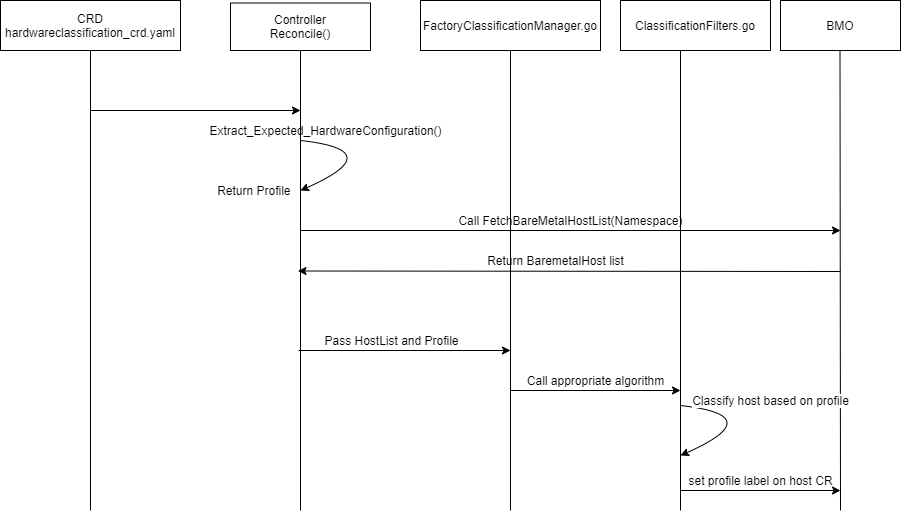
Above: design/hwcc_sequence_diagram.png in metal3-io/metal3-docs (draw.io), before the change. Source tidied: cells renumbered, new cells last; positions are measured from the earlier drawing's top-left corner, leaving out a move shared by most shapes.
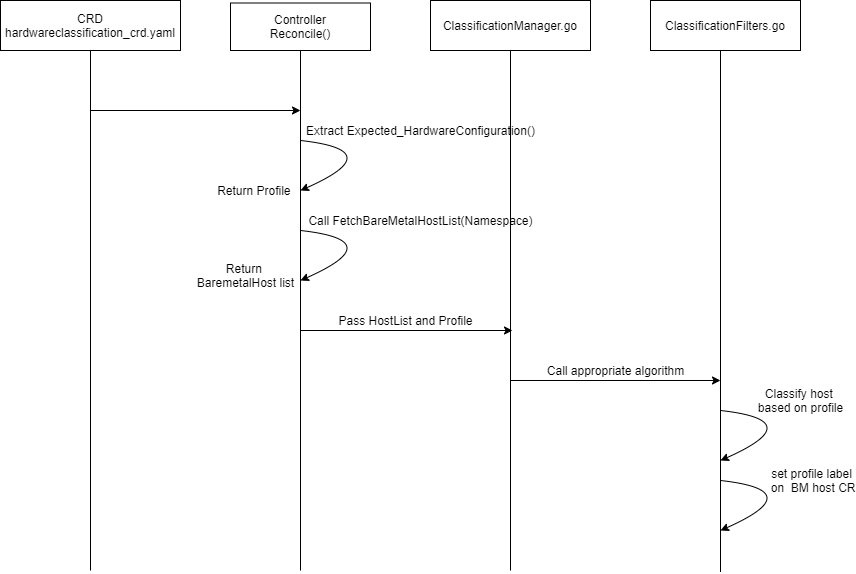
The same diagram one commit later.

The edit, as a diff of the source:
```diff
@@ -7,18 +7,18 @@
     </mxCell>
     <mxCell id="3" style="endArrow=none;html=1;entryX=0.5;entryY=1;entryDx=0;entryDy=0;" parent="1" edge="1" target="2">
       <mxGeometry relative="1" as="geometry">
-        <mxPoint x="90" y="510" as="sourcePoint" />
+        <mxPoint x="90" y="570" as="sourcePoint" />
       </mxGeometry>
     </mxCell>
     <mxCell id="4" style="endArrow=none;html=1;entryX=0.5;entryY=1;entryDx=0;entryDy=0;" parent="1" edge="1" target="11">
       <mxGeometry relative="1" as="geometry">
-        <mxPoint x="300" y="510" as="sourcePoint" />
+        <mxPoint x="300" y="570" as="sourcePoint" />
       </mxGeometry>
     </mxCell>
     <mxCell id="5" style="endArrow=none;html=1;" parent="1" edge="1">
       <mxGeometry relative="1" as="geometry">
-        <mxPoint x="680" y="510" as="sourcePoint" />
-        <mxPoint x="680" y="50" as="targetPoint" />
+        <mxPoint x="720" y="571.5" as="sourcePoint" />
+        <mxPoint x="720" y="30" as="targetPoint" />
       </mxGeometry>
     </mxCell>
     <mxCell id="6" style="endArrow=classic;html=1;" parent="1" edge="1">
@@ -27,9 +27,6 @@
         <mxPoint x="300" y="110" as="targetPoint" />
       </mxGeometry>
     </mxCell>
-    <mxCell id="7" value="Call FetchBareMetalHostList(Namespace)" style="text;html=1;align=center;verticalAlign=middle;" parent="1" vertex="1">
-      <mxGeometry x="450" y="210" width="240" height="20" as="geometry" />
-    </mxCell>
     <mxCell id="8" style="endArrow=classic;html=1;curved=1;" parent="1" edge="1">
       <mxGeometry relative="1" as="geometry">
         <mxPoint x="300" y="140" as="sourcePoint" />
@@ -39,8 +36,8 @@
         </Array>
       </mxGeometry>
     </mxCell>
-    <mxCell id="9" value="Extract_Expected_HardwareConfiguration()" style="text;html=1;align=center;verticalAlign=middle;" parent="1" vertex="1">
-      <mxGeometry x="200" y="120" width="250" height="20" as="geometry" />
+    <mxCell id="9" value="Extract Expected_HardwareConfiguration()" style="text;html=1;align=center;verticalAlign=middle;" parent="1" vertex="1">
+      <mxGeometry x="300" y="120" width="240" height="20" as="geometry" />
     </mxCell>
     <mxCell id="10" value="Return Profile&amp;nbsp;" style="text;html=1;align=center;verticalAlign=middle;" parent="1" vertex="1">
       <mxGeometry x="210" y="180" width="90" height="20" as="geometry" />
@@ -49,80 +46,76 @@
       <mxGeometry x="230" y="2.5" width="140" height="47.5" as="geometry" />
     </mxCell>
     <mxCell id="12" value="ClassificationFilters.go" style="rounded=0;whiteSpace=wrap;html=1;" parent="1" vertex="1">
-      <mxGeometry x="620" width="150" height="50" as="geometry" />
+      <mxGeometry x="650" width="150" height="50" as="geometry" />
     </mxCell>
-    <mxCell id="13" value="BMO" style="rounded=0;whiteSpace=wrap;html=1;" parent="1" vertex="1">
-      <mxGeometry x="780" width="120" height="50" as="geometry" />
-    </mxCell>
-    <mxCell id="14" style="endArrow=classic;html=1;" parent="1" edge="1">
-      <mxGeometry relative="1" as="geometry">
-        <mxPoint x="300" y="230" as="sourcePoint" />
-        <mxPoint x="840" y="230" as="targetPoint" />
-      </mxGeometry>
-    </mxCell>
-    <mxCell id="15" style="endArrow=none;html=1;entryX=0.5;entryY=1;entryDx=0;entryDy=0;" parent="1" edge="1">
-      <mxGeometry relative="1" as="geometry">
-        <mxPoint x="840" y="510" as="sourcePoint" />
-        <mxPoint x="839.5" y="50" as="targetPoint" />
-      </mxGeometry>
-    </mxCell>
-    <mxCell id="16" style="endArrow=classic;html=1;" parent="1" edge="1">
-      <mxGeometry relative="1" as="geometry">
-        <mxPoint x="680" y="490" as="sourcePoint" />
-        <mxPoint x="840" y="490" as="targetPoint" />
-      </mxGeometry>
-    </mxCell>
-    <mxCell id="17" style="endArrow=classic;html=1;" parent="1" edge="1">
-      <mxGeometry relative="1" as="geometry">
-        <mxPoint x="840" y="271" as="sourcePoint" />
-        <mxPoint x="297.5" y="270.5" as="targetPoint" />
-      </mxGeometry>
-    </mxCell>
-    <mxCell id="18" value="Return BaremetalHost list" style="text;html=1;align=center;verticalAlign=middle;" parent="1" vertex="1">
-      <mxGeometry x="480" y="250" width="150" height="20" as="geometry" />
+    <mxCell id="18" value="Return &lt;br&gt;BaremetalHost list" style="text;html=1;align=center;verticalAlign=middle;" parent="1" vertex="1">
+      <mxGeometry x="190" y="260" width="110" height="30" as="geometry" />
     </mxCell>
-    <mxCell id="19" value="FactoryClassificationManager.go" style="rounded=0;whiteSpace=wrap;html=1;" parent="1" vertex="1">
-      <mxGeometry x="420" width="180" height="50" as="geometry" />
+    <mxCell id="19" value="ClassificationManager.go" style="rounded=0;whiteSpace=wrap;html=1;" parent="1" vertex="1">
+      <mxGeometry x="430" width="160" height="50" as="geometry" />
     </mxCell>
     <mxCell id="20" style="endArrow=none;html=1;entryX=0.5;entryY=1;entryDx=0;entryDy=0;" parent="1" edge="1" target="19">
       <mxGeometry relative="1" as="geometry">
-        <mxPoint x="510" y="510" as="sourcePoint" />
+        <mxPoint x="510" y="570" as="sourcePoint" />
       </mxGeometry>
     </mxCell>
     <mxCell id="21" style="endArrow=classic;html=1;" parent="1" edge="1">
       <mxGeometry relative="1" as="geometry">
-        <mxPoint x="510" y="390" as="sourcePoint" />
-        <mxPoint x="680" y="390" as="targetPoint" />
+        <mxPoint x="510" y="380" as="sourcePoint" />
+        <mxPoint x="720" y="380" as="targetPoint" />
       </mxGeometry>
     </mxCell>
     <mxCell id="22" style="endArrow=classic;html=1;" parent="1" edge="1">
       <mxGeometry relative="1" as="geometry">
-        <mxPoint x="298" y="350" as="sourcePoint" />
-        <mxPoint x="510" y="350" as="targetPoint" />
+        <mxPoint x="300" y="330" as="sourcePoint" />
+        <mxPoint x="512" y="330" as="targetPoint" />
       </mxGeometry>
     </mxCell>
     <mxCell id="23" value="Pass HostList and Profile" style="text;html=1;align=center;verticalAlign=middle;" parent="1" vertex="1">
-      <mxGeometry x="316" y="330" width="150" height="20" as="geometry" />
+      <mxGeometry x="330" y="310" width="150" height="20" as="geometry" />
     </mxCell>
     <mxCell id="24" value="Call appropriate algorithm" style="text;html=1;align=center;verticalAlign=middle;" parent="1" vertex="1">
-      <mxGeometry x="520" y="370" width="150" height="20" as="geometry" />
+      <mxGeometry x="540" y="360" width="150" height="20" as="geometry" />
     </mxCell>
     <mxCell id="25" style="endArrow=classic;html=1;curved=1;" parent="1" edge="1">
       <mxGeometry relative="1" as="geometry">
-        <mxPoint x="680" y="405" as="sourcePoint" />
-        <mxPoint x="680" y="455" as="targetPoint" />
+        <mxPoint x="720" y="410" as="sourcePoint" />
+        <mxPoint x="720" y="460" as="targetPoint" />
         <Array as="points">
-          <mxPoint x="770" y="415" />
+          <mxPoint x="810" y="420" />
         </Array>
       </mxGeometry>
     </mxCell>
-    <mxCell id="26" value="Classify host based on profile" style="text;html=1;align=center;verticalAlign=middle;labelBackgroundColor=#ffffff;" parent="25" vertex="1">
+    <mxCell id="26" value="Classify host &lt;br&gt;based on profile" style="text;html=1;align=center;verticalAlign=middle;labelBackgroundColor=#ffffff;" parent="25" vertex="1">
       <mxGeometry x="-0.27" relative="1" as="geometry">
-        <mxPoint x="21.4" y="-12.6" as="offset" />
+        <mxPoint x="11.4" y="-17.6" as="offset" />
       </mxGeometry>
     </mxCell>
-    <mxCell id="27" value="set profile label on host CR" style="text;html=1;align=center;verticalAlign=middle;" parent="1" vertex="1">
-      <mxGeometry x="680" y="470" width="160" height="20" as="geometry" />
-    </mxCell>
+    <mxCell id="28" style="endArrow=classic;html=1;curved=1;" parent="1" edge="1">
+      <mxGeometry relative="1" as="geometry">
+        <mxPoint x="300" y="230" as="sourcePoint" />
+        <mxPoint x="300" y="280" as="targetPoint" />
+        <Array as="points">
+          <mxPoint x="390" y="240" />
+        </Array>
+      </mxGeometry>
+    </mxCell>
+    <mxCell id="7" value="Call FetchBareMetalHostList(Namespace)" style="text;html=1;align=center;verticalAlign=middle;" parent="1" vertex="1">
+      <mxGeometry x="300" y="210" width="240" height="20" as="geometry" />
+    </mxCell>
+    <mxCell id="29" style="endArrow=classic;html=1;curved=1;" parent="1" edge="1">
+      <mxGeometry relative="1" as="geometry">
+        <mxPoint x="720" y="480" as="sourcePoint" />
+        <mxPoint x="720" y="530" as="targetPoint" />
+        <Array as="points">
+          <mxPoint x="810" y="490" />
+        </Array>
+      </mxGeometry>
+    </mxCell>
+    <mxCell id="30" value="set profile label&lt;br&gt;&amp;nbsp;on&amp;nbsp; BM host CR" style="text;html=1;align=center;verticalAlign=middle;" parent="29" vertex="1">
+      <mxGeometry x="-0.33" relative="1" as="geometry">
+        <mxPoint x="27.4" y="-7" as="offset" />
+      </mxGeometry>
+    </mxCell>
   </root>
 </mxGraphModel>
```
